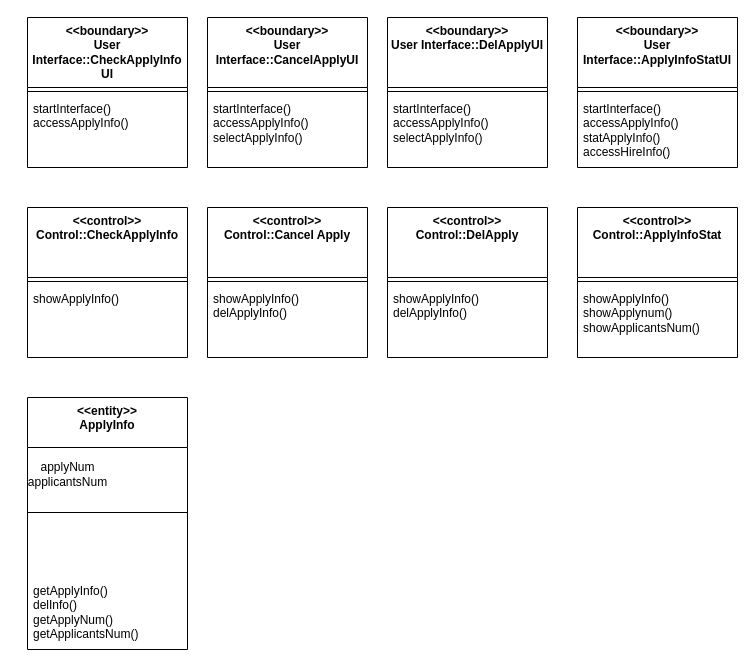
Earlier version of the draw.io diagram B711151_analysis.drawio (KimTaemin-Git/SE2). Source tidied: cells renumbered, new cells numbered last; positions are measured from the earlier drawing's top-left corner, leaving out a move shared by most shapes. Both pictures are drawn from the tidied source at 100%, with x=0, y=0 at pixel (17, 17).
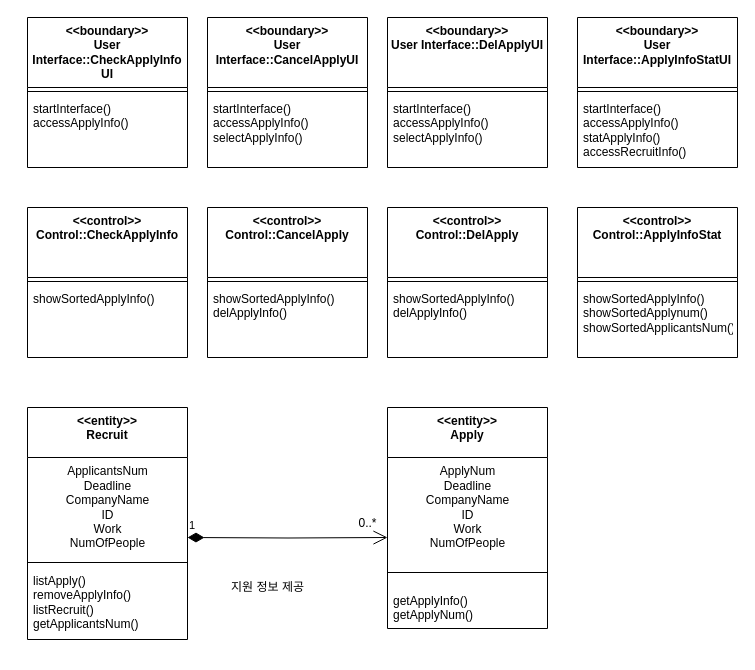
The same page after the edit.

Unchanged cells that the change refers to:
```xml
<mxCell id="12" value="&amp;lt;&amp;lt;boundary&amp;gt;&amp;gt;&lt;br&gt;User Interface::ApplyInfoStatUI" style="swimlane;fontStyle=1;align=center;verticalAlign=top;horizontal=1;startSize=70;whiteSpace=wrap;html=1;" parent="1" vertex="1">
  <mxGeometry x="560" width="160" height="150" as="geometry" />
</mxCell>
<mxCell id="16" value="&amp;lt;&amp;lt;control&amp;gt;&amp;gt;&lt;br&gt;Control::DelApply" style="swimlane;fontStyle=1;align=center;verticalAlign=top;horizontal=1;startSize=70;whiteSpace=wrap;html=1;" parent="1" vertex="1">
  <mxGeometry x="370" y="190" width="160" height="150" as="geometry" />
</mxCell>
<mxCell id="22" value="&amp;lt;&amp;lt;control&amp;gt;&amp;gt;&lt;br&gt;Control::CheckApplyInfo" style="swimlane;fontStyle=1;align=center;verticalAlign=top;horizontal=1;startSize=70;whiteSpace=wrap;html=1;" parent="1" vertex="1">
  <mxGeometry x="10" y="190" width="160" height="150" as="geometry" />
</mxCell>
<mxCell id="25" value="&amp;lt;&amp;lt;control&amp;gt;&amp;gt;&lt;br&gt;Control::ApplyInfoStat" style="swimlane;fontStyle=1;align=center;verticalAlign=top;horizontal=1;startSize=70;whiteSpace=wrap;html=1;" parent="1" vertex="1">
  <mxGeometry x="560" y="190" width="160" height="150" as="geometry" />
</mxCell>
```

The edit, as a diff of the source:
```diff
@@
-    <mxCell id="15" value="startInterface()&lt;br&gt;accessApplyInfo()&lt;br&gt;statApplyInfo()&lt;br&gt;accessHireInfo()" style="text;strokeColor=none;fillColor=none;align=left;verticalAlign=top;spacingLeft=4;spacingRight=4;overflow=hidden;whiteSpace=wrap;html=1;" parent="12" vertex="1">
+    <mxCell id="15" value="startInterface()&lt;br&gt;accessApplyInfo()&lt;br&gt;statApplyInfo()&lt;br&gt;accessRecruitInfo()" style="text;strokeColor=none;fillColor=none;align=left;verticalAlign=top;spacingLeft=4;spacingRight=4;overflow=hidden;whiteSpace=wrap;html=1;" parent="12" vertex="1">
       <mxGeometry y="78" width="160" height="72" as="geometry" />
     </mxCell>
@@
-    <mxCell id="18" value="showApplyInfo()&lt;br&gt;delApplyInfo()" style="text;strokeColor=none;fillColor=none;align=left;verticalAlign=top;spacingLeft=4;spacingRight=4;overflow=hidden;whiteSpace=wrap;html=1;" parent="16" vertex="1">
+    <mxCell id="18" value="showSortedApplyInfo()&lt;br&gt;delApplyInfo()" style="text;strokeColor=none;fillColor=none;align=left;verticalAlign=top;spacingLeft=4;spacingRight=4;overflow=hidden;whiteSpace=wrap;html=1;" parent="16" vertex="1">
       <mxGeometry y="78" width="160" height="72" as="geometry" />
     </mxCell>
-    <mxCell id="19" value="&amp;lt;&amp;lt;control&amp;gt;&amp;gt;&lt;br&gt;Control::Cancel Apply" style="swimlane;fontStyle=1;align=center;verticalAlign=top;horizontal=1;startSize=70;whiteSpace=wrap;html=1;" parent="1" vertex="1">
+    <mxCell id="19" value="&amp;lt;&amp;lt;control&amp;gt;&amp;gt;&lt;br&gt;Control::CancelApply" style="swimlane;fontStyle=1;align=center;verticalAlign=top;horizontal=1;startSize=70;whiteSpace=wrap;html=1;" parent="1" vertex="1">
       <mxGeometry x="190" y="190" width="160" height="150" as="geometry" />
     </mxCell>
@@
-    <mxCell id="21" value="showApplyInfo()&lt;br&gt;delApplyInfo()" style="text;strokeColor=none;fillColor=none;align=left;verticalAlign=top;spacingLeft=4;spacingRight=4;overflow=hidden;whiteSpace=wrap;html=1;" parent="19" vertex="1">
+    <mxCell id="21" value="showSortedApplyInfo()&lt;br&gt;delApplyInfo()" style="text;strokeColor=none;fillColor=none;align=left;verticalAlign=top;spacingLeft=4;spacingRight=4;overflow=hidden;whiteSpace=wrap;html=1;" parent="19" vertex="1">
       <mxGeometry y="78" width="160" height="72" as="geometry" />
     </mxCell>
@@
-    <mxCell id="24" value="showApplyInfo()&lt;br&gt;" style="text;strokeColor=none;fillColor=none;align=left;verticalAlign=top;spacingLeft=4;spacingRight=4;overflow=hidden;whiteSpace=wrap;html=1;" parent="22" vertex="1">
+    <mxCell id="24" value="showSortedApplyInfo()" style="text;strokeColor=none;fillColor=none;align=left;verticalAlign=top;spacingLeft=4;spacingRight=4;overflow=hidden;whiteSpace=wrap;html=1;" parent="22" vertex="1">
       <mxGeometry y="78" width="160" height="72" as="geometry" />
     </mxCell>
@@
-    <mxCell id="27" value="showApplyInfo()&lt;br&gt;showApplynum()&lt;br&gt;showApplicantsNum()" style="text;strokeColor=none;fillColor=none;align=left;verticalAlign=top;spacingLeft=4;spacingRight=4;overflow=hidden;whiteSpace=wrap;html=1;" parent="25" vertex="1">
+    <mxCell id="27" value="showSortedApplyInfo()&lt;br&gt;showSortedApplynum()&lt;br&gt;showSortedApplicantsNum()" style="text;strokeColor=none;fillColor=none;align=left;verticalAlign=top;spacingLeft=4;spacingRight=4;overflow=hidden;whiteSpace=wrap;html=1;" parent="25" vertex="1">
       <mxGeometry y="78" width="160" height="72" as="geometry" />
     </mxCell>
-    <mxCell id="28" value="&amp;lt;&amp;lt;entity&amp;gt;&amp;gt;&lt;br&gt;ApplyInfo" style="swimlane;fontStyle=1;align=center;verticalAlign=top;horizontal=1;startSize=50;whiteSpace=wrap;html=1;" parent="1" vertex="1">
-      <mxGeometry x="10" y="380" width="160" height="252" as="geometry" />
+    <mxCell id="28" value="&amp;lt;&amp;lt;entity&amp;gt;&amp;gt;&lt;br&gt;Apply" style="swimlane;fontStyle=1;align=center;verticalAlign=top;horizontal=1;startSize=50;whiteSpace=wrap;html=1;" parent="1" vertex="1">
+      <mxGeometry x="370" y="390" width="160" height="221" as="geometry" />
     </mxCell>
+    <mxCell id="32" value="ApplyNum&lt;br&gt;Deadline&lt;br&gt;CompanyName&lt;br&gt;ID&lt;br&gt;Work&lt;br&gt;NumOfPeople" style="text;html=1;align=center;verticalAlign=middle;points=[];strokeColor=none;fillColor=none;" parent="28" vertex="1">
+      <mxGeometry y="50" width="160" height="100" as="geometry" />
+    </mxCell>
     <mxCell id="29" style="line;strokeWidth=1;fillColor=none;align=left;verticalAlign=middle;spacingTop=-1;spacingLeft=3;spacingRight=3;labelPosition=right;strokeColor=inherit;" parent="28" vertex="1">
-      <mxGeometry y="50" width="160" height="130" as="geometry" />
+      <mxGeometry y="150" width="160" height="30" as="geometry" />
     </mxCell>
-    <mxCell id="30" value="getApplyInfo()&lt;br&gt;delInfo()&lt;br&gt;getApplyNum()&lt;br&gt;getApplicantsNum()" style="text;strokeColor=none;fillColor=none;align=left;verticalAlign=top;spacingLeft=4;spacingRight=4;overflow=hidden;whiteSpace=wrap;html=1;" parent="28" vertex="1">
-      <mxGeometry y="180" width="160" height="72" as="geometry" />
+    <mxCell id="30" value="getApplyInfo()&lt;br&gt;getApplyNum()" style="text;strokeColor=none;fillColor=none;align=left;verticalAlign=top;spacingLeft=4;spacingRight=4;overflow=hidden;whiteSpace=wrap;html=1;" parent="28" vertex="1">
+      <mxGeometry y="180" width="160" height="41" as="geometry" />
     </mxCell>
-    <mxCell id="31" value="&lt;br&gt;applyNum&lt;br&gt;applicantsNum" style="text;html=1;align=center;verticalAlign=middle;strokeColor=none;fillColor=none;" parent="1" vertex="1">
-      <mxGeometry y="420" width="100" height="60" as="geometry" />
-    </mxCell>
+    <mxCell id="33" value="&amp;lt;&amp;lt;entity&amp;gt;&amp;gt;&lt;br&gt;Recruit" style="swimlane;fontStyle=1;align=center;verticalAlign=top;horizontal=1;startSize=50;whiteSpace=wrap;html=1;" parent="1" vertex="1">
+      <mxGeometry x="10" y="390" width="160" height="232" as="geometry" />
+    </mxCell>
+    <mxCell id="34" value="ApplicantsNum&lt;br&gt;Deadline&lt;br&gt;CompanyName&lt;br&gt;ID&lt;br&gt;Work&lt;br&gt;NumOfPeople" style="text;html=1;align=center;verticalAlign=middle;strokeColor=none;fillColor=none;" parent="33" vertex="1">
+      <mxGeometry y="50" width="160" height="100" as="geometry" />
+    </mxCell>
+    <mxCell id="35" style="line;strokeWidth=1;fillColor=none;align=left;verticalAlign=middle;spacingTop=-1;spacingLeft=3;spacingRight=3;labelPosition=right;strokeColor=inherit;" parent="33" vertex="1">
+      <mxGeometry y="150" width="160" height="10" as="geometry" />
+    </mxCell>
+    <mxCell id="36" value="listApply()&lt;br&gt;removeApplyInfo()&lt;br&gt;listRecruit()&lt;br&gt;getApplicantsNum()" style="text;strokeColor=none;fillColor=none;align=left;verticalAlign=top;spacingLeft=4;spacingRight=4;overflow=hidden;whiteSpace=wrap;html=1;" parent="33" vertex="1">
+      <mxGeometry y="160" width="160" height="72" as="geometry" />
+    </mxCell>
+    <mxCell id="37" value="1" style="endArrow=open;html=1;endSize=12;startArrow=diamondThin;startSize=14;startFill=1;edgeStyle=orthogonalEdgeStyle;align=left;verticalAlign=bottom;rounded=0;entryX=0;entryY=0.8;entryDx=0;entryDy=0;entryPerimeter=0;" parent="1" edge="1" target="32">
+      <mxGeometry x="-1" y="3" relative="1" as="geometry">
+        <mxPoint x="170" y="520" as="sourcePoint" />
+      </mxGeometry>
+    </mxCell>
+    <mxCell id="38" value="0..*" style="text;html=1;align=center;verticalAlign=middle;strokeColor=none;fillColor=none;" parent="1" vertex="1">
+      <mxGeometry x="330" y="491" width="40" height="30" as="geometry" />
+    </mxCell>
+    <mxCell id="39" value="지원 정보 제공" style="text;html=1;align=center;verticalAlign=middle;strokeColor=none;fillColor=none;" parent="1" vertex="1">
+      <mxGeometry x="205" y="555" width="90" height="30" as="geometry" />
+    </mxCell>
```
